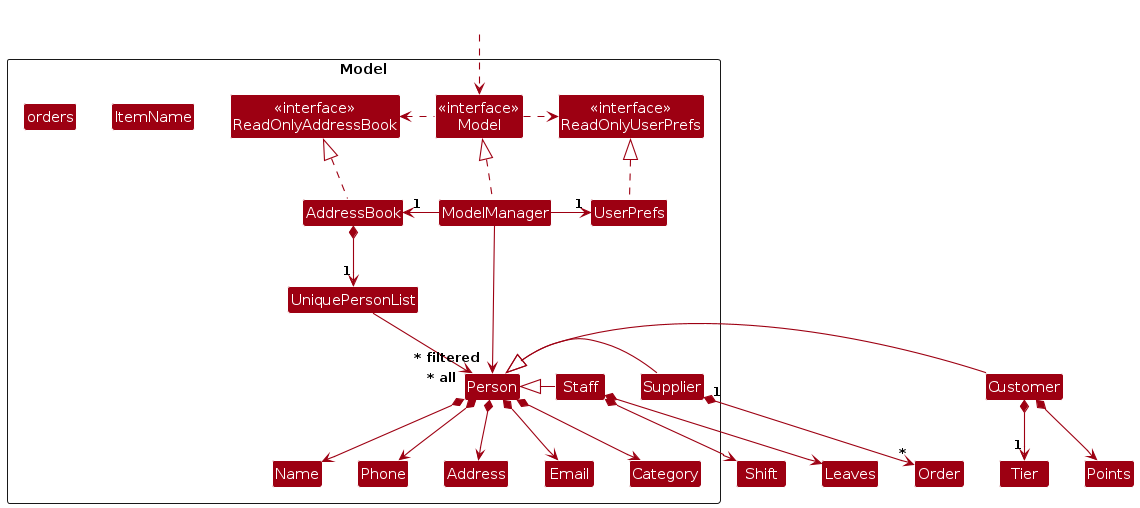
This is diagrams/ModelClassDiagram.png from AY2526S1-CS2103T-W12-2/tp, a PlantUML export, as it was before one commit. Its source is kept beside it as diagrams/ModelClassDiagram.puml.
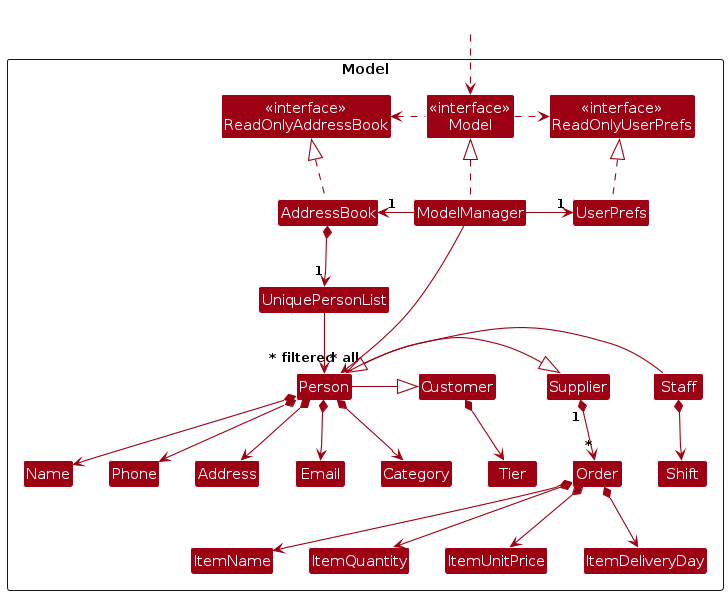
After the change.

Change to the diagram source:
```diff
@@ -21,14 +21,30 @@
 + addLeaves(int)
 + removeLeaves(int)
 }
+Class Customer {
+- tier : Tier
+- points : int
++ getTier() : Tier
++ getPoints() : int
++ addPointsFromSpending(double)
+}
+Class Supplier {
+- orders : ArrayList<Order>
++ getOrders() : List<Order>
++ addOrder(Order)
+}
 Class Address
 Class Email
 Class Name
 Class Phone
 Class Category
-Class Supplier
+Class Shift
+Class Tier
+Class Order
 Class ItemName
-Class orders
+Class ItemQuantity
+Class ItemUnitPrice
+Class ItemDeliveryDay
 
 Class I #FFFFFF
 }
@@ -55,17 +71,18 @@
 
 Person <|- Staff
 Staff *--> Shift
-Staff *--> Leaves
 Person -[hidden]up--> I
 UniquePersonList -[hidden]up-> I
 
+Person -|> Supplier
+Supplier "1" *--> "*" Order
+Order *--> ItemName
+Order *--> ItemQuantity
+Order *--> ItemUnitPrice
+Order *--> ItemDeliveryDay
 
-Person <|- Supplier
-Supplier "1" *--> "*"Order
-
-Person <|- Customer
-Customer *--> "1" Tier
-Customer *--> Points
+Person -|> Customer
+Customer *--> Tier
 
 
 Name -[hidden]right-> Phone
```
